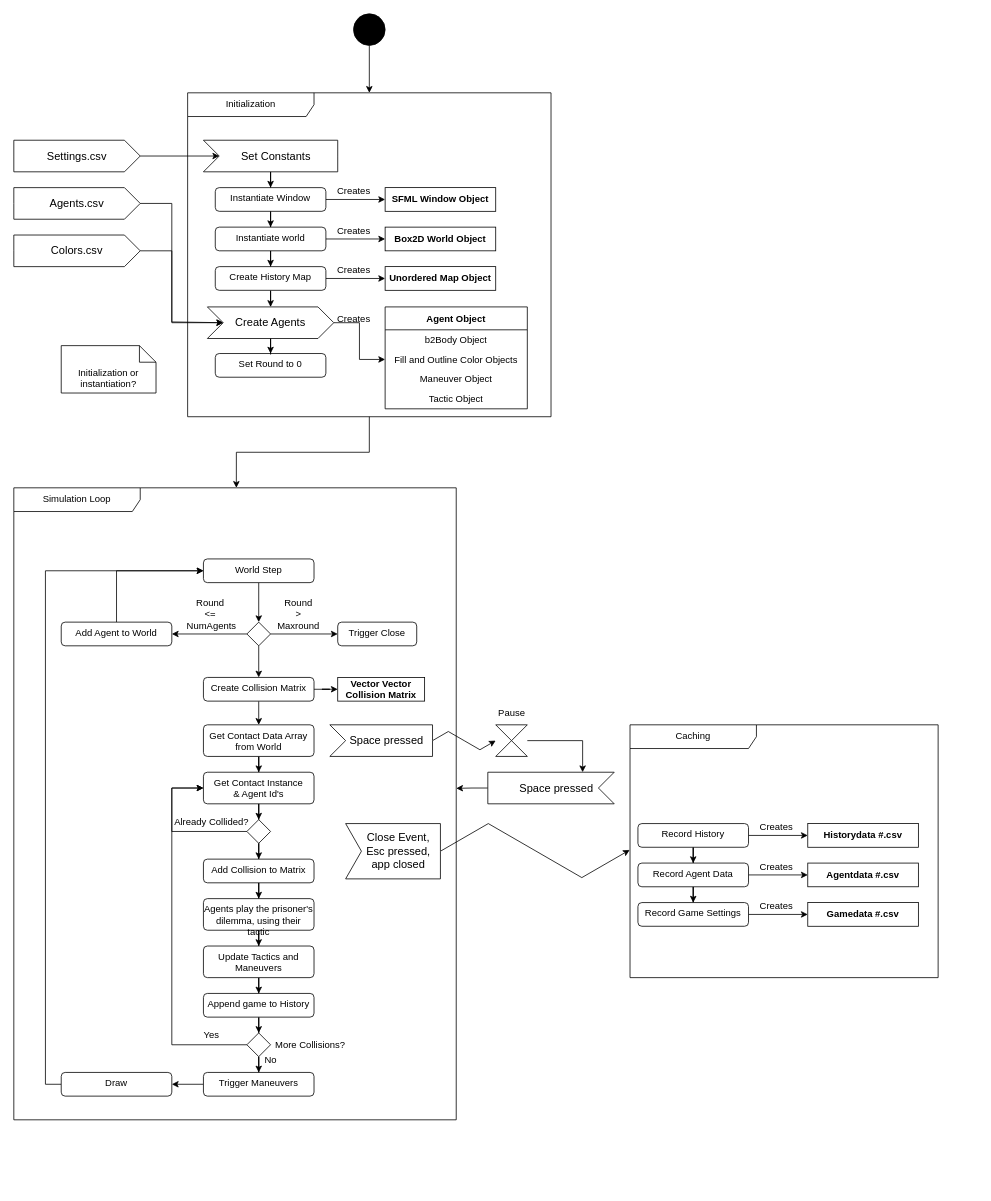
Earlier version of the draw.io diagram Untitled Diagram.drawio (Boland-Unfug/Thesis). Source tidied: cells renumbered, new cells numbered last; positions are measured from the earlier drawing's top-left corner, leaving out a move shared by most shapes. Both pictures are drawn from the tidied source at 79%, with x=0, y=0 at pixel (13, 13).
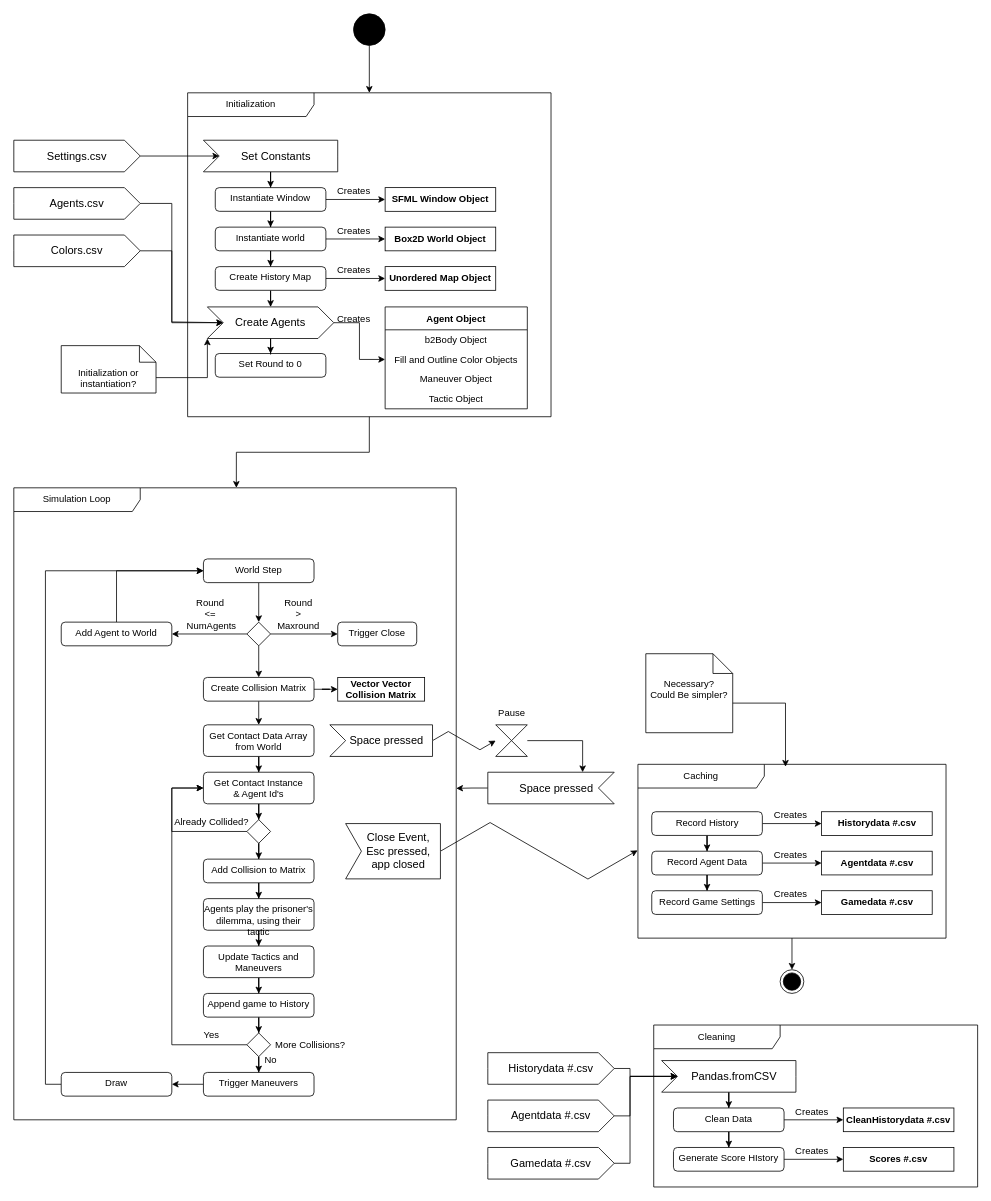
The same diagram, later.

The change refers to these unchanged cells:
```xml
<mxCell id="32" value="Create Agents" style="html=1;shape=mxgraph.infographic.ribbonSimple;notch1=20;notch2=20;align=center;verticalAlign=middle;fontSize=14;fontStyle=0;fillColor=#FFFFFF;whiteSpace=wrap;" parent="5" vertex="1">
  <mxGeometry x="25" y="271" width="160" height="40" as="geometry" />
</mxCell>
<mxCell id="37" value="Initialization or instantiation?" style="shape=note2;boundedLbl=1;whiteSpace=wrap;html=1;size=21;verticalAlign=top;align=center;" parent="1" vertex="1">
  <mxGeometry x="60" y="420" width="120" height="60" as="geometry" />
</mxCell>
```

What changed in the source:
```diff
@@
+    <mxCell id="107" style="edgeStyle=orthogonalEdgeStyle;rounded=0;jettySize=auto;html=1;" parent="1" edge="1" source="88" target="129">
+      <mxGeometry relative="1" as="geometry" />
+    </mxCell>
     <mxCell id="88" value="Caching" style="shape=umlFrame;whiteSpace=wrap;html=1;width=160;" parent="1" vertex="1">
-      <mxGeometry x="780" y="900" width="390" height="320" as="geometry" />
+      <mxGeometry x="790" y="950" width="390" height="220" as="geometry" />
     </mxCell>
@@
     <mxCell id="91" value="Record History" style="html=1;align=center;verticalAlign=top;rounded=1;absoluteArcSize=1;arcSize=10;dashed=0;whiteSpace=wrap;" parent="88" vertex="1">
-      <mxGeometry x="10" y="125" width="140" height="30" as="geometry" />
+      <mxGeometry x="17.5" y="60" width="140" height="30" as="geometry" />
     </mxCell>
@@
     <mxCell id="94" value="Record Agent Data" style="html=1;align=center;verticalAlign=top;rounded=1;absoluteArcSize=1;arcSize=10;dashed=0;whiteSpace=wrap;" parent="88" vertex="1">
-      <mxGeometry x="10" y="175" width="140" height="30" as="geometry" />
+      <mxGeometry x="17.5" y="110" width="140" height="30" as="geometry" />
     </mxCell>
     <mxCell id="95" value="Historydata #.csv" style="fontStyle=1;whiteSpace=wrap;html=1;" parent="88" vertex="1">
-      <mxGeometry x="225" y="125" width="140" height="30" as="geometry" />
+      <mxGeometry x="232.5" y="60" width="140" height="30" as="geometry" />
     </mxCell>
@@
     <mxCell id="97" value="Record Game Settings" style="html=1;align=center;verticalAlign=top;rounded=1;absoluteArcSize=1;arcSize=10;dashed=0;whiteSpace=wrap;" parent="88" vertex="1">
-      <mxGeometry x="10" y="225" width="140" height="30" as="geometry" />
+      <mxGeometry x="17.5" y="160" width="140" height="30" as="geometry" />
     </mxCell>
     <mxCell id="98" value="Agentdata #.csv" style="fontStyle=1;whiteSpace=wrap;html=1;" parent="88" vertex="1">
-      <mxGeometry x="225" y="175" width="140" height="30" as="geometry" />
+      <mxGeometry x="232.5" y="110" width="140" height="30" as="geometry" />
     </mxCell>
     <mxCell id="99" value="Gamedata #.csv" style="fontStyle=1;whiteSpace=wrap;html=1;" parent="88" vertex="1">
-      <mxGeometry x="225" y="225" width="140" height="30" as="geometry" />
+      <mxGeometry x="232.5" y="160" width="140" height="30" as="geometry" />
     </mxCell>
     <mxCell id="100" value="Creates" style="text;html=1;align=center;verticalAlign=middle;strokeColor=none;fillColor=none;" parent="88" vertex="1">
-      <mxGeometry x="150" y="115" width="70" height="30" as="geometry" />
+      <mxGeometry x="157.5" y="50" width="70" height="30" as="geometry" />
     </mxCell>
     <mxCell id="101" value="Creates" style="text;html=1;align=center;verticalAlign=middle;strokeColor=none;fillColor=none;" parent="88" vertex="1">
-      <mxGeometry x="150" y="165" width="70" height="30" as="geometry" />
+      <mxGeometry x="157.5" y="100" width="70" height="30" as="geometry" />
     </mxCell>
     <mxCell id="102" value="Creates" style="text;html=1;align=center;verticalAlign=middle;strokeColor=none;fillColor=none;" parent="88" vertex="1">
-      <mxGeometry x="150" y="215" width="70" height="30" as="geometry" />
+      <mxGeometry x="157.5" y="150" width="70" height="30" as="geometry" />
     </mxCell>
@@
+    <mxCell id="108" value="Necessary?&lt;br&gt;Could Be simpler?" style="shape=note2;boundedLbl=1;whiteSpace=wrap;html=1;size=25;verticalAlign=top;align=center;" parent="1" vertex="1">
+      <mxGeometry x="800" y="810" width="110" height="100" as="geometry" />
+    </mxCell>
+    <mxCell id="109" style="edgeStyle=orthogonalEdgeStyle;rounded=0;jettySize=auto;html=1;exitX=0;exitY=0;exitDx=110;exitDy=62.5;exitPerimeter=0;entryX=0.479;entryY=0.014;entryDx=0;entryDy=0;entryPerimeter=0;" parent="1" edge="1" source="108" target="88">
+      <mxGeometry relative="1" as="geometry" />
+    </mxCell>
+    <mxCell id="110" style="edgeStyle=orthogonalEdgeStyle;rounded=0;jettySize=auto;html=1;exitX=0;exitY=0;exitDx=120;exitDy=40.5;exitPerimeter=0;entryX=0;entryY=1;entryDx=0;entryDy=0;entryPerimeter=0;" parent="1" edge="1" source="37" target="32">
+      <mxGeometry relative="1" as="geometry" />
+    </mxCell>
+    <mxCell id="111" value="Cleaning" style="shape=umlFrame;whiteSpace=wrap;html=1;width=160;" parent="1" vertex="1">
+      <mxGeometry x="810" y="1280" width="410" height="205" as="geometry" />
+    </mxCell>
+    <mxCell id="112" style="edgeStyle=orthogonalEdgeStyle;rounded=0;jettySize=auto;html=1;" parent="111" edge="1" source="113" target="116">
+      <mxGeometry relative="1" as="geometry" />
+    </mxCell>
+    <mxCell id="113" value="Pandas.fromCSV" style="html=1;shape=mxgraph.infographic.ribbonSimple;notch1=20;notch2=0;align=center;verticalAlign=middle;fontSize=14;fontStyle=0;fillColor=#FFFFFF;flipH=0;spacingRight=0;spacingLeft=14;whiteSpace=wrap;" parent="111" vertex="1">
+      <mxGeometry x="10" y="45" width="170" height="40" as="geometry" />
+    </mxCell>
+    <mxCell id="114" style="edgeStyle=orthogonalEdgeStyle;rounded=0;jettySize=auto;html=1;" parent="111" edge="1" source="116" target="118">
+      <mxGeometry relative="1" as="geometry" />
+    </mxCell>
+    <mxCell id="115" style="edgeStyle=orthogonalEdgeStyle;rounded=0;jettySize=auto;html=1;" parent="111" edge="1" source="116" target="119">
+      <mxGeometry relative="1" as="geometry" />
+    </mxCell>
+    <mxCell id="116" value="Clean Data" style="html=1;align=center;verticalAlign=top;rounded=1;absoluteArcSize=1;arcSize=10;dashed=0;whiteSpace=wrap;" parent="111" vertex="1">
+      <mxGeometry x="25" y="105" width="140" height="30" as="geometry" />
+    </mxCell>
+    <mxCell id="117" style="edgeStyle=orthogonalEdgeStyle;rounded=0;jettySize=auto;html=1;exitX=1;exitY=0.5;exitDx=0;exitDy=0;entryX=0;entryY=0.5;entryDx=0;entryDy=0;" parent="111" edge="1" source="118" target="120">
+      <mxGeometry relative="1" as="geometry" />
+    </mxCell>
+    <mxCell id="118" value="Generate Score HIstory" style="html=1;align=center;verticalAlign=top;rounded=1;absoluteArcSize=1;arcSize=10;dashed=0;whiteSpace=wrap;" parent="111" vertex="1">
+      <mxGeometry x="25" y="155" width="140" height="30" as="geometry" />
+    </mxCell>
+    <mxCell id="119" value="CleanHistorydata #.csv" style="fontStyle=1;whiteSpace=wrap;html=1;" parent="111" vertex="1">
+      <mxGeometry x="240" y="105" width="140" height="30" as="geometry" />
+    </mxCell>
+    <mxCell id="120" value="Scores #.csv" style="fontStyle=1;whiteSpace=wrap;html=1;" parent="111" vertex="1">
+      <mxGeometry x="240" y="155" width="140" height="30" as="geometry" />
+    </mxCell>
+    <mxCell id="121" value="Creates" style="text;html=1;align=center;verticalAlign=middle;strokeColor=none;fillColor=none;" parent="111" vertex="1">
+      <mxGeometry x="165" y="95" width="70" height="30" as="geometry" />
+    </mxCell>
+    <mxCell id="122" value="Creates" style="text;html=1;align=center;verticalAlign=middle;strokeColor=none;fillColor=none;" parent="111" vertex="1">
+      <mxGeometry x="165" y="145" width="70" height="30" as="geometry" />
+    </mxCell>
+    <mxCell id="123" value="&lt;div&gt;Historydata #.csv&lt;/div&gt;" style="html=1;shape=mxgraph.infographic.ribbonSimple;notch1=0;notch2=20;align=center;verticalAlign=middle;fontSize=14;fontStyle=0;fillColor=#FFFFFF;whiteSpace=wrap;" parent="111" vertex="1">
+      <mxGeometry x="-210" y="35" width="160" height="40" as="geometry" />
+    </mxCell>
+    <mxCell id="124" value="&lt;div&gt;Agentdata #.csv&lt;/div&gt;" style="html=1;shape=mxgraph.infographic.ribbonSimple;notch1=0;notch2=20;align=center;verticalAlign=middle;fontSize=14;fontStyle=0;fillColor=#FFFFFF;whiteSpace=wrap;" parent="111" vertex="1">
+      <mxGeometry x="-210" y="95" width="160" height="40" as="geometry" />
+    </mxCell>
+    <mxCell id="125" style="edgeStyle=orthogonalEdgeStyle;rounded=0;jettySize=auto;html=1;exitX=1;exitY=0.5;exitDx=0;exitDy=0;exitPerimeter=0;entryX=0;entryY=0;entryDx=20;entryDy=20;entryPerimeter=0;" parent="111" edge="1" source="123" target="113">
+      <mxGeometry relative="1" as="geometry">
+        <Array as="points">
+          <mxPoint x="-30" y="55" />
+          <mxPoint x="-30" y="65" />
+        </Array>
+      </mxGeometry>
+    </mxCell>
+    <mxCell id="126" style="edgeStyle=orthogonalEdgeStyle;rounded=0;jettySize=auto;html=1;exitX=1;exitY=0.5;exitDx=0;exitDy=0;exitPerimeter=0;entryX=0;entryY=0;entryDx=20;entryDy=20;entryPerimeter=0;" parent="111" edge="1" source="124" target="113">
+      <mxGeometry relative="1" as="geometry">
+        <Array as="points">
+          <mxPoint x="-30" y="115" />
+          <mxPoint x="-30" y="65" />
+        </Array>
+      </mxGeometry>
+    </mxCell>
+    <mxCell id="127" value="Gamedata #.csv" style="html=1;shape=mxgraph.infographic.ribbonSimple;notch1=0;notch2=20;align=center;verticalAlign=middle;fontSize=14;fontStyle=0;fillColor=#FFFFFF;whiteSpace=wrap;" parent="1" vertex="1">
+      <mxGeometry x="600" y="1435" width="160" height="40" as="geometry" />
+    </mxCell>
+    <mxCell id="128" style="edgeStyle=orthogonalEdgeStyle;rounded=0;jettySize=auto;html=1;exitX=1;exitY=0.5;exitDx=0;exitDy=0;exitPerimeter=0;entryX=0;entryY=0;entryDx=20;entryDy=20;entryPerimeter=0;" parent="1" edge="1" source="127" target="113">
+      <mxGeometry relative="1" as="geometry">
+        <Array as="points">
+          <mxPoint x="780" y="1455" />
+          <mxPoint x="780" y="1345" />
+        </Array>
+      </mxGeometry>
+    </mxCell>
+    <mxCell id="129" style="ellipse;html=1;shape=endState;fillColor=strokeColor;" parent="1" vertex="1">
+      <mxGeometry x="970" y="1210" width="30" height="30" as="geometry" />
+    </mxCell>
```
